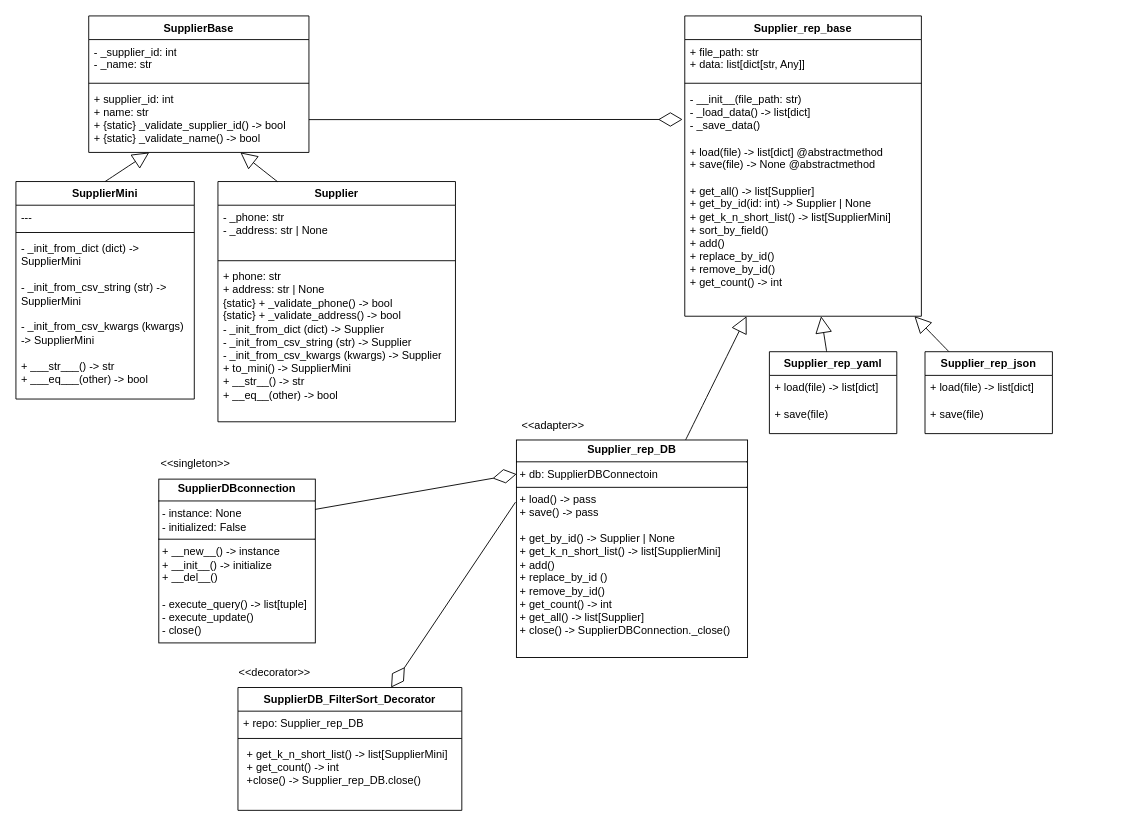
Earlier version of the draw.io diagram utils/Diagrams/diagram_of_classes.drawio (GeorgiiSadunyan/Details_company). Source tidied: cells renumbered, new cells numbered last; positions are measured from the earlier drawing's top-left corner, leaving out a move shared by most shapes. Both pictures are drawn from the tidied source at 91%, with x=0, y=0 at pixel (15, 15).
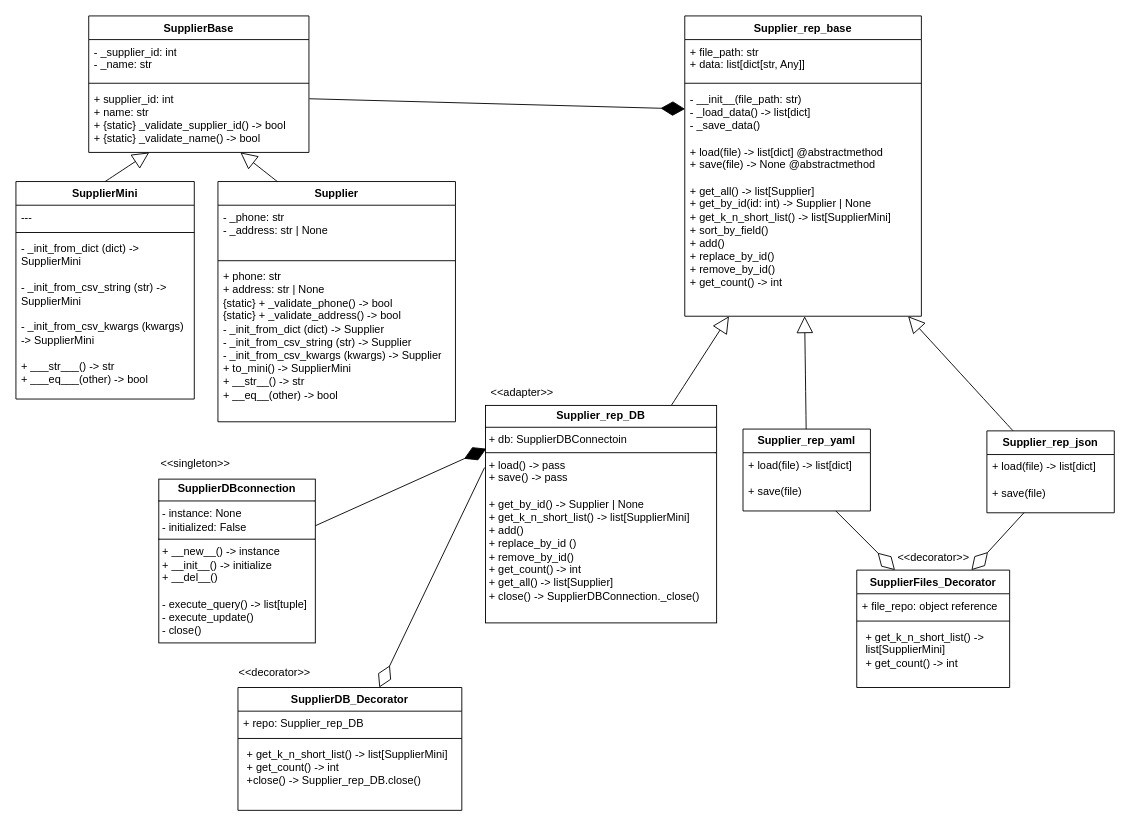
The same diagram, later.

Commit message (it also covers changes not shown here):
п 2.8 добавлен класс SupplierFile_Decorator

The change refers to these unchanged cells:
```xml
<mxCell id="5" value="&lt;div&gt;+ supplier_id: int&lt;/div&gt;&lt;div&gt;+ name: str&lt;/div&gt;&lt;div&gt;+&amp;nbsp;{static}&amp;nbsp;_validate_supplier_id() -&amp;gt; bool&lt;/div&gt;&lt;div&gt;+&amp;nbsp;{static}&amp;nbsp;_validate_name() -&amp;gt; bool&lt;/div&gt;" style="text;strokeColor=none;fillColor=none;align=left;verticalAlign=top;spacingLeft=4;spacingRight=4;overflow=hidden;points=[[0,0.5],[1,0.5]];portConstraint=eastwest;whiteSpace=wrap;html=1;" parent="2" vertex="1">
  <mxGeometry y="78" width="242" height="72" as="geometry" />
</mxCell>
<mxCell id="19" value="&lt;div&gt;- __init__(file_path: str)&lt;/div&gt;&lt;div&gt;- _load_data() -&amp;gt; list[dict]&lt;/div&gt;&lt;div&gt;- _save_data()&lt;/div&gt;&lt;div&gt;&lt;br&gt;&lt;/div&gt;&lt;div&gt;+ load(file) -&amp;gt; list[dict] @abstractmethod&lt;/div&gt;&lt;div&gt;+ save(file) -&amp;gt; None @abstractmethod&lt;/div&gt;&lt;div&gt;&lt;br&gt;&lt;/div&gt;&lt;div&gt;+ get_all() -&amp;gt; list[Supplier]&lt;/div&gt;&lt;div&gt;+ get_by_id(id: int) -&amp;gt; Supplier | None&lt;/div&gt;&lt;div&gt;+ get_k_n_short_list() -&amp;gt; list[SupplierMini]&lt;/div&gt;&lt;div&gt;+ sort_by_field()&amp;nbsp;&lt;/div&gt;&lt;div&gt;+ add()&lt;/div&gt;&lt;div&gt;+ replace_by_id()&lt;/div&gt;&lt;div&gt;+ remove_by_id()&amp;nbsp;&lt;/div&gt;&lt;div&gt;+ get_count() -&amp;gt; int&amp;nbsp;&lt;/div&gt;&lt;div&gt;&amp;nbsp;&lt;/div&gt;" style="text;strokeColor=none;fillColor=none;align=left;verticalAlign=top;spacingLeft=4;spacingRight=4;overflow=hidden;points=[[0,0.5],[1,0.5]];portConstraint=eastwest;whiteSpace=wrap;html=1;" parent="16" vertex="1">
  <mxGeometry y="78" width="260" height="252" as="geometry" />
</mxCell>
<mxCell id="22" value="&lt;div&gt;+ load(file) -&amp;gt; list[dict]&lt;/div&gt;&lt;div&gt;&lt;br&gt;&lt;/div&gt;&lt;div&gt;+ save(file)&lt;/div&gt;" style="text;strokeColor=none;fillColor=none;align=left;verticalAlign=top;spacingLeft=4;spacingRight=4;overflow=hidden;points=[[0,0.5],[1,0.5]];portConstraint=eastwest;whiteSpace=wrap;html=1;" parent="21" vertex="1">
  <mxGeometry y="26" width="140" height="64" as="geometry" />
</mxCell>
<mxCell id="24" value="&lt;div&gt;+ load(file) -&amp;gt; list[dict]&lt;/div&gt;&lt;div&gt;&lt;br&gt;&lt;/div&gt;&lt;div&gt;+ save(file)&lt;/div&gt;" style="text;strokeColor=none;fillColor=none;align=left;verticalAlign=top;spacingLeft=4;spacingRight=4;overflow=hidden;points=[[0,0.5],[1,0.5]];portConstraint=eastwest;whiteSpace=wrap;html=1;" parent="23" vertex="1">
  <mxGeometry y="26" width="140" height="64" as="geometry" />
</mxCell>
<mxCell id="29" value="&lt;p style=&quot;margin:0px;margin-top:4px;text-align:center;&quot;&gt;&lt;b&gt;SupplierDBconnection&lt;/b&gt;&lt;/p&gt;&lt;hr size=&quot;1&quot; style=&quot;border-style:solid;&quot;&gt;&lt;p style=&quot;margin:0px;margin-left:4px;&quot;&gt;- instance: None&lt;/p&gt;&lt;p style=&quot;margin:0px;margin-left:4px;&quot;&gt;- initialized: False&lt;/p&gt;&lt;hr size=&quot;1&quot; style=&quot;border-style:solid;&quot;&gt;&lt;p style=&quot;margin:0px;margin-left:4px;&quot;&gt;+ __new__() -&amp;gt; instance&lt;/p&gt;&lt;p style=&quot;margin:0px;margin-left:4px;&quot;&gt;+ __init__() -&amp;gt; initialize&lt;/p&gt;&lt;p style=&quot;margin:0px;margin-left:4px;&quot;&gt;+ __del__()&lt;/p&gt;&lt;p style=&quot;margin:0px;margin-left:4px;&quot;&gt;&lt;br&gt;&lt;/p&gt;&lt;p style=&quot;margin:0px;margin-left:4px;&quot;&gt;- execute_query() -&amp;gt; list[tuple]&lt;/p&gt;&lt;p style=&quot;margin:0px;margin-left:4px;&quot;&gt;- execute_update()&lt;/p&gt;&lt;p style=&quot;margin:0px;margin-left:4px;&quot;&gt;- close()&lt;/p&gt;" style="verticalAlign=top;align=left;overflow=fill;html=1;whiteSpace=wrap;" parent="1" vertex="1">
  <mxGeometry x="157" y="509" width="172" height="180" as="geometry" />
</mxCell>
```

What changed in the source:
```diff
@@
-    <mxCell id="20" style="endArrow=diamondThin;endFill=0;endSize=24;html=1;rounded=0;entryX=-0.009;entryY=0.142;entryDx=0;entryDy=0;entryPerimeter=0;" parent="1" edge="1" source="5" target="19">
-      <mxGeometry relative="1" as="geometry" />
-    </mxCell>
     <mxCell id="21" value="&lt;b&gt;Supplier_rep_json&lt;/b&gt;" style="swimlane;fontStyle=0;horizontal=1;startSize=26;fillColor=none;whiteSpace=wrap;html=1;" parent="1" vertex="1">
-      <mxGeometry x="999" y="369" width="140" height="90" as="geometry" />
+      <mxGeometry x="1067" y="456" width="140" height="90" as="geometry" />
     </mxCell>
@@
     <mxCell id="23" value="&lt;b&gt;Supplier_rep_yaml&lt;/b&gt;" style="swimlane;fontStyle=0;horizontal=1;startSize=26;fillColor=none;whiteSpace=wrap;html=1;" parent="1" vertex="1">
-      <mxGeometry x="828" y="369" width="140" height="90" as="geometry" />
+      <mxGeometry x="799" y="454" width="140" height="90" as="geometry" />
     </mxCell>
@@
     <mxCell id="28" value="&lt;p style=&quot;margin:0px;margin-top:4px;text-align:center;&quot;&gt;&lt;b&gt;Supplier_rep_DB&lt;/b&gt;&lt;/p&gt;&lt;hr size=&quot;1&quot; style=&quot;border-style:solid;&quot;&gt;&lt;p style=&quot;margin:0px;margin-left:4px;&quot;&gt;+ db: SupplierDBConnectoin&lt;/p&gt;&lt;hr size=&quot;1&quot; style=&quot;border-style:solid;&quot;&gt;&lt;p style=&quot;margin:0px;margin-left:4px;&quot;&gt;+ load() -&amp;gt; pass&lt;/p&gt;&lt;p style=&quot;margin:0px;margin-left:4px;&quot;&gt;+ save() -&amp;gt; pass&lt;/p&gt;&lt;p style=&quot;margin:0px;margin-left:4px;&quot;&gt;&lt;br&gt;&lt;/p&gt;&lt;p style=&quot;margin:0px;margin-left:4px;&quot;&gt;+ get_by_id() -&amp;gt; Supplier | None&lt;/p&gt;&lt;p style=&quot;margin:0px;margin-left:4px;&quot;&gt;+ get_k_n_short_list() -&amp;gt; list[SupplierMini]&lt;/p&gt;&lt;p style=&quot;margin:0px;margin-left:4px;&quot;&gt;+ add()&lt;/p&gt;&lt;p style=&quot;margin:0px;margin-left:4px;&quot;&gt;+ replace_by_id ()&lt;/p&gt;&lt;p style=&quot;margin:0px;margin-left:4px;&quot;&gt;+ remove_by_id()&lt;/p&gt;&lt;p style=&quot;margin:0px;margin-left:4px;&quot;&gt;+ get_count() -&amp;gt; int&lt;/p&gt;&lt;p style=&quot;margin:0px;margin-left:4px;&quot;&gt;+ get_all() -&amp;gt; list[Supplier]&lt;/p&gt;&lt;p style=&quot;margin:0px;margin-left:4px;&quot;&gt;+ close() -&amp;gt; SupplierDBConnection._close()&lt;/p&gt;&lt;p style=&quot;margin:0px;margin-left:4px;&quot;&gt;&lt;br&gt;&lt;/p&gt;" style="verticalAlign=top;align=left;overflow=fill;html=1;whiteSpace=wrap;" parent="1" vertex="1">
-      <mxGeometry x="550" y="466" width="254" height="239" as="geometry" />
+      <mxGeometry x="516" y="428" width="254" height="239" as="geometry" />
     </mxCell>
@@
-    <mxCell id="30" style="endArrow=diamondThin;endFill=0;endSize=24;html=1;rounded=0;entryX=0.001;entryY=0.157;entryDx=0;entryDy=0;entryPerimeter=0;exitX=0.998;exitY=0.185;exitDx=0;exitDy=0;exitPerimeter=0;" parent="1" edge="1" source="29" target="28">
-      <mxGeometry relative="1" as="geometry" />
-    </mxCell>
@@
     <mxCell id="32" value="&lt;span style=&quot;font-weight: normal;&quot;&gt;&amp;lt;&amp;lt;adapter&amp;gt;&amp;gt;&lt;/span&gt;" style="text;align=center;fontStyle=1;verticalAlign=middle;spacingLeft=3;spacingRight=3;strokeColor=none;html=1;" parent="1" vertex="1">
-      <mxGeometry x="550" y="437" width="80" height="26" as="geometry" />
+      <mxGeometry x="516" y="401" width="80" height="26" as="geometry" />
     </mxCell>
-    <mxCell id="33" value="SupplierDB_FilterSort_Decorator" style="swimlane;fontStyle=1;align=center;verticalAlign=top;horizontal=1;startSize=26;whiteSpace=wrap;html=1;" parent="1" vertex="1">
+    <mxCell id="33" value="SupplierDB_Decorator" style="swimlane;fontStyle=1;align=center;verticalAlign=top;horizontal=1;startSize=26;whiteSpace=wrap;html=1;" parent="1" vertex="1">
       <mxGeometry x="244" y="738" width="246" height="135" as="geometry" />
     </mxCell>
@@
+    <mxCell id="20" style="endArrow=diamondThin;endFill=1;endSize=24;html=1;rounded=0;exitX=1.002;exitY=0.181;exitDx=0;exitDy=0;exitPerimeter=0;entryX=0.001;entryY=0.096;entryDx=0;entryDy=0;entryPerimeter=0;" parent="1" edge="1" source="5" target="19">
+      <mxGeometry relative="1" as="geometry" />
+    </mxCell>
+    <mxCell id="39" value="SupplierFiles_Decorator" style="swimlane;fontStyle=1;align=center;verticalAlign=top;horizontal=1;startSize=26;whiteSpace=wrap;html=1;" parent="1" vertex="1">
+      <mxGeometry x="924" y="609" width="168" height="129" as="geometry" />
+    </mxCell>
+    <mxCell id="40" value="+ file_repo: object reference" style="text;strokeColor=none;fillColor=none;align=left;verticalAlign=top;spacingLeft=4;spacingRight=4;overflow=hidden;whiteSpace=wrap;html=1;" parent="39" vertex="1">
+      <mxGeometry y="26" width="168" height="26" as="geometry" />
+    </mxCell>
+    <mxCell id="41" style="line;strokeWidth=1;fillColor=none;align=left;verticalAlign=middle;spacingTop=-1;spacingLeft=3;spacingRight=3;labelPosition=right;strokeColor=inherit;" parent="39" vertex="1">
+      <mxGeometry y="52" width="168" height="8" as="geometry" />
+    </mxCell>
+    <mxCell id="42" value="&lt;p style=&quot;margin: 0px 0px 0px 4px;&quot;&gt;+ get_k_n_short_list() -&amp;gt; list[SupplierMini]&lt;/p&gt;&lt;p style=&quot;margin: 0px 0px 0px 4px;&quot;&gt;+ get_count() -&amp;gt; int&lt;/p&gt;" style="text;strokeColor=none;fillColor=none;align=left;verticalAlign=top;spacingLeft=4;spacingRight=4;overflow=hidden;whiteSpace=wrap;html=1;" parent="39" vertex="1">
+      <mxGeometry y="60" width="168" height="69" as="geometry" />
+    </mxCell>
+    <mxCell id="43" style="endArrow=diamondThin;endFill=0;endSize=24;html=1;rounded=0;entryX=0.75;entryY=0;entryDx=0;entryDy=0;" parent="1" edge="1" source="22" target="39">
+      <mxGeometry relative="1" as="geometry" />
+    </mxCell>
+    <mxCell id="44" style="endArrow=diamondThin;endFill=0;endSize=24;html=1;rounded=0;entryX=0.25;entryY=0;entryDx=0;entryDy=0;" parent="1" edge="1" source="24" target="39">
+      <mxGeometry relative="1" as="geometry" />
+    </mxCell>
+    <mxCell id="45" value="&lt;span style=&quot;font-weight: normal;&quot;&gt;&amp;lt;&amp;lt;decorator&amp;gt;&amp;gt;&lt;/span&gt;" style="text;align=center;fontStyle=1;verticalAlign=middle;spacingLeft=3;spacingRight=3;strokeColor=none;html=1;" parent="1" vertex="1">
+      <mxGeometry x="968" y="583" width="80" height="26" as="geometry" />
+    </mxCell>
+    <mxCell id="30" style="endArrow=diamondThin;endFill=1;endSize=24;html=1;rounded=0;entryX=0.004;entryY=0.199;entryDx=0;entryDy=0;entryPerimeter=0;" parent="1" edge="1" source="29" target="28">
+      <mxGeometry relative="1" as="geometry" />
+    </mxCell>
```
